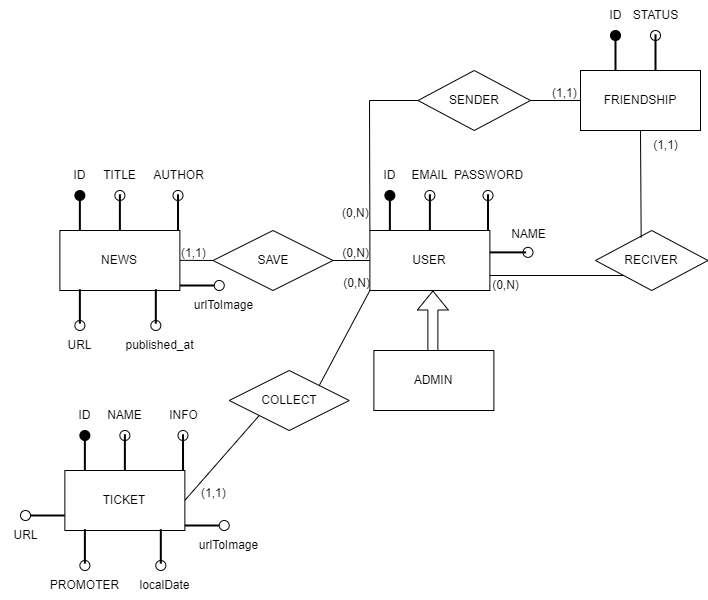
Earlier version of the draw.io export Documentation/ER.png (EFProject/ProjectL). Source tidied: cells renumbered, new cells last; positions are measured from the earlier drawing's top-left corner, leaving out a move shared by most shapes. The source it was exported from:
```xml
<mxGraphModel>
  <root>
    <mxCell id="0" />
    <mxCell id="1" parent="0" />
    <mxCell id="2" value="USER" style="rounded=0;whiteSpace=wrap;html=1;" parent="1" vertex="1">
      <mxGeometry x="369.4" y="230" width="120" height="60" as="geometry" />
    </mxCell>
    <mxCell id="3" style="shape=flexArrow;endArrow=classic;html=1;rounded=0;" parent="1" edge="1">
      <mxGeometry relative="1" as="geometry">
        <mxPoint x="432.4" y="360" as="sourcePoint" />
        <mxPoint x="432.4" y="290" as="targetPoint" />
      </mxGeometry>
    </mxCell>
    <mxCell id="4" value="ADMIN" style="rounded=0;whiteSpace=wrap;html=1;" parent="1" vertex="1">
      <mxGeometry x="373.4" y="350" width="120" height="60" as="geometry" />
    </mxCell>
    <mxCell id="5" style="line;strokeWidth=2;html=1;rotation=-90;" parent="1" vertex="1">
      <mxGeometry x="373.1" y="208.8" width="32.5" height="10" as="geometry" />
    </mxCell>
    <mxCell id="6" style="ellipse;whiteSpace=wrap;html=1;fillColor=#000000;" parent="1" vertex="1">
      <mxGeometry x="384.4" y="190" width="10" height="10" as="geometry" />
    </mxCell>
    <mxCell id="7" value="ID" style="text;html=1;align=center;verticalAlign=middle;strokeColor=none;fillColor=none;" parent="1" vertex="1">
      <mxGeometry x="369.4" y="160" width="40" height="30" as="geometry" />
    </mxCell>
    <mxCell id="8" style="line;strokeWidth=2;html=1;rotation=-90;" parent="1" vertex="1">
      <mxGeometry x="411.3" y="206.9" width="36.2" height="10" as="geometry" />
    </mxCell>
    <mxCell id="9" style="ellipse;whiteSpace=wrap;html=1;fillColor=none;strokeColor=#000000;" parent="1" vertex="1">
      <mxGeometry x="424.4" y="190" width="10" height="10" as="geometry" />
    </mxCell>
    <mxCell id="10" value="EMAIL" style="text;html=1;align=center;verticalAlign=middle;strokeColor=none;fillColor=none;" parent="1" vertex="1">
      <mxGeometry x="399.4" y="160" width="60" height="30" as="geometry" />
    </mxCell>
    <mxCell id="11" style="line;strokeWidth=2;html=1;rotation=-90;" parent="1" vertex="1">
      <mxGeometry x="469.4" y="206.9" width="36.2" height="10" as="geometry" />
    </mxCell>
    <mxCell id="12" style="ellipse;whiteSpace=wrap;html=1;fillColor=none;strokeColor=#000000;" parent="1" vertex="1">
      <mxGeometry x="482.5" y="190" width="10" height="10" as="geometry" />
    </mxCell>
    <mxCell id="13" value="PASSWORD" style="text;html=1;align=center;verticalAlign=middle;strokeColor=none;fillColor=none;" parent="1" vertex="1">
      <mxGeometry x="442.5" y="160" width="90" height="30" as="geometry" />
    </mxCell>
    <mxCell id="14" style="line;strokeWidth=2;html=1;rotation=0;" parent="1" vertex="1">
      <mxGeometry x="489.4" y="246.9" width="36.2" height="10" as="geometry" />
    </mxCell>
    <mxCell id="15" style="ellipse;whiteSpace=wrap;html=1;fillColor=none;strokeColor=#000000;" parent="1" vertex="1">
      <mxGeometry x="522.5" y="246.9" width="10" height="10" as="geometry" />
    </mxCell>
    <mxCell id="16" value="NAME" style="text;html=1;align=center;verticalAlign=middle;strokeColor=none;fillColor=none;" parent="1" vertex="1">
      <mxGeometry x="497.5" y="218.8" width="60" height="30" as="geometry" />
    </mxCell>
    <mxCell id="17" value="NEWS" style="rounded=0;whiteSpace=wrap;html=1;" parent="1" vertex="1">
      <mxGeometry x="59.4" y="230" width="120" height="60" as="geometry" />
    </mxCell>
    <mxCell id="18" style="line;strokeWidth=2;html=1;rotation=-90;" parent="1" vertex="1">
      <mxGeometry x="63.1" y="208.8" width="32.5" height="10" as="geometry" />
    </mxCell>
    <mxCell id="19" style="ellipse;whiteSpace=wrap;html=1;fillColor=#000000;" parent="1" vertex="1">
      <mxGeometry x="74.4" y="190" width="10" height="10" as="geometry" />
    </mxCell>
    <mxCell id="20" style="line;strokeWidth=2;html=1;rotation=-90;" parent="1" vertex="1">
      <mxGeometry x="101.3" y="206.9" width="36.2" height="10" as="geometry" />
    </mxCell>
    <mxCell id="21" style="ellipse;whiteSpace=wrap;html=1;fillColor=none;strokeColor=#000000;" parent="1" vertex="1">
      <mxGeometry x="114.4" y="190" width="10" height="10" as="geometry" />
    </mxCell>
    <mxCell id="22" style="line;strokeWidth=2;html=1;rotation=-90;" parent="1" vertex="1">
      <mxGeometry x="159.4" y="206.9" width="36.2" height="10" as="geometry" />
    </mxCell>
    <mxCell id="23" style="ellipse;whiteSpace=wrap;html=1;fillColor=none;strokeColor=#000000;" parent="1" vertex="1">
      <mxGeometry x="172.5" y="190" width="10" height="10" as="geometry" />
    </mxCell>
    <mxCell id="24" value="ID" style="text;html=1;align=center;verticalAlign=middle;strokeColor=none;fillColor=none;" parent="1" vertex="1">
      <mxGeometry x="59.4" y="160" width="40" height="30" as="geometry" />
    </mxCell>
    <mxCell id="25" value="TITLE" style="text;html=1;align=center;verticalAlign=middle;strokeColor=none;fillColor=none;" parent="1" vertex="1">
      <mxGeometry x="89.4" y="160" width="60" height="30" as="geometry" />
    </mxCell>
    <mxCell id="26" value="AUTHOR" style="text;html=1;align=center;verticalAlign=middle;strokeColor=none;fillColor=none;" parent="1" vertex="1">
      <mxGeometry x="142.5" y="160" width="70" height="30" as="geometry" />
    </mxCell>
    <mxCell id="27" style="line;strokeWidth=2;html=1;rotation=-90;direction=west;" parent="1" vertex="1">
      <mxGeometry x="62.2" y="300.9" width="34.4" height="10" as="geometry" />
    </mxCell>
    <mxCell id="28" style="ellipse;whiteSpace=wrap;html=1;fillColor=none;strokeColor=#000000;" parent="1" vertex="1">
      <mxGeometry x="74.4" y="320" width="10" height="10" as="geometry" />
    </mxCell>
    <mxCell id="29" style="ellipse;whiteSpace=wrap;html=1;fillColor=none;strokeColor=#000000;" parent="1" vertex="1">
      <mxGeometry x="150.3" y="320" width="10" height="10" as="geometry" />
    </mxCell>
    <mxCell id="30" style="line;strokeWidth=2;html=1;rotation=-90;direction=west;" parent="1" vertex="1">
      <mxGeometry x="138.1" y="300.9" width="34.4" height="10" as="geometry" />
    </mxCell>
    <mxCell id="31" style="line;strokeWidth=2;html=1;rotation=0;direction=west;" parent="1" vertex="1">
      <mxGeometry x="179.4" y="280" width="34.4" height="10" as="geometry" />
    </mxCell>
    <mxCell id="32" style="ellipse;whiteSpace=wrap;html=1;fillColor=none;strokeColor=#000000;" parent="1" vertex="1">
      <mxGeometry x="213.8" y="280" width="10" height="10" as="geometry" />
    </mxCell>
    <mxCell id="33" value="URL" style="text;html=1;align=center;verticalAlign=middle;strokeColor=none;fillColor=none;" parent="1" vertex="1">
      <mxGeometry x="54.4" y="330" width="50" height="30" as="geometry" />
    </mxCell>
    <mxCell id="34" value="urlToImage" style="text;html=1;align=center;verticalAlign=middle;strokeColor=none;fillColor=none;" parent="1" vertex="1">
      <mxGeometry x="182.5" y="290" width="80" height="30" as="geometry" />
    </mxCell>
    <mxCell id="35" value="published_at" style="text;html=1;align=center;verticalAlign=middle;strokeColor=none;fillColor=none;" parent="1" vertex="1">
      <mxGeometry x="114.4" y="330" width="90" height="30" as="geometry" />
    </mxCell>
    <mxCell id="36" value="SAVE" style="shape=rhombus;perimeter=rhombusPerimeter;whiteSpace=wrap;html=1;align=center;" parent="1" vertex="1">
      <mxGeometry x="212.5" y="230" width="120" height="60" as="geometry" />
    </mxCell>
    <mxCell id="37" style="endArrow=none;html=1;rounded=0;entryX=0;entryY=0.5;entryDx=0;entryDy=0;exitX=1;exitY=0.5;exitDx=0;exitDy=0;" parent="1" edge="1" source="36" target="2">
      <mxGeometry relative="1" as="geometry" />
    </mxCell>
    <mxCell id="38" style="html=1;whiteSpace=wrap;align=left;verticalAlign=bottom;" parent="37" vertex="1">
      <mxGeometry x="-1" relative="1" as="geometry" />
    </mxCell>
    <mxCell id="39" value="(0,N)" style="html=1;whiteSpace=wrap;align=right;verticalAlign=bottom;" parent="37" vertex="1">
      <mxGeometry x="1" relative="1" as="geometry" />
    </mxCell>
    <mxCell id="40" style="endArrow=none;html=1;rounded=0;entryX=0;entryY=0.5;entryDx=0;entryDy=0;exitX=1;exitY=0.5;exitDx=0;exitDy=0;" parent="1" edge="1" target="36">
      <mxGeometry relative="1" as="geometry">
        <mxPoint x="179.4" y="259.8" as="sourcePoint" />
      </mxGeometry>
    </mxCell>
    <mxCell id="41" value="(1,1)" style="html=1;whiteSpace=wrap;align=left;verticalAlign=bottom;" parent="40" vertex="1">
      <mxGeometry x="-1" relative="1" as="geometry" />
    </mxCell>
    <mxCell id="42" value="TICKET" style="rounded=0;whiteSpace=wrap;html=1;" parent="1" vertex="1">
      <mxGeometry x="64.4" y="470" width="120" height="60" as="geometry" />
    </mxCell>
    <mxCell id="43" style="line;strokeWidth=2;html=1;rotation=-90;" parent="1" vertex="1">
      <mxGeometry x="68.1" y="448.8" width="32.5" height="10" as="geometry" />
    </mxCell>
    <mxCell id="44" style="ellipse;whiteSpace=wrap;html=1;fillColor=#000000;" parent="1" vertex="1">
      <mxGeometry x="79.4" y="430" width="10" height="10" as="geometry" />
    </mxCell>
    <mxCell id="45" style="line;strokeWidth=2;html=1;rotation=-90;" parent="1" vertex="1">
      <mxGeometry x="106.2" y="446.9" width="36.2" height="10" as="geometry" />
    </mxCell>
    <mxCell id="46" style="ellipse;whiteSpace=wrap;html=1;fillColor=none;strokeColor=#000000;" parent="1" vertex="1">
      <mxGeometry x="119.4" y="430" width="10" height="10" as="geometry" />
    </mxCell>
    <mxCell id="47" style="line;strokeWidth=2;html=1;rotation=-90;" parent="1" vertex="1">
      <mxGeometry x="164.4" y="446.9" width="36.2" height="10" as="geometry" />
    </mxCell>
    <mxCell id="48" style="ellipse;whiteSpace=wrap;html=1;fillColor=none;strokeColor=#000000;" parent="1" vertex="1">
      <mxGeometry x="177.5" y="430" width="10" height="10" as="geometry" />
    </mxCell>
    <mxCell id="49" value="ID" style="text;html=1;align=center;verticalAlign=middle;strokeColor=none;fillColor=none;" parent="1" vertex="1">
      <mxGeometry x="64.4" y="400" width="40" height="30" as="geometry" />
    </mxCell>
    <mxCell id="50" value="NAME" style="text;html=1;align=center;verticalAlign=middle;strokeColor=none;fillColor=none;" parent="1" vertex="1">
      <mxGeometry x="94.4" y="400" width="60" height="30" as="geometry" />
    </mxCell>
    <mxCell id="51" value="INFO" style="text;html=1;align=center;verticalAlign=middle;strokeColor=none;fillColor=none;" parent="1" vertex="1">
      <mxGeometry x="157.5" y="400" width="50" height="30" as="geometry" />
    </mxCell>
    <mxCell id="52" style="line;strokeWidth=2;html=1;rotation=-90;direction=west;" parent="1" vertex="1">
      <mxGeometry x="67.2" y="540.9" width="34.4" height="10" as="geometry" />
    </mxCell>
    <mxCell id="53" style="ellipse;whiteSpace=wrap;html=1;fillColor=none;strokeColor=#000000;" parent="1" vertex="1">
      <mxGeometry x="79.4" y="560" width="10" height="10" as="geometry" />
    </mxCell>
    <mxCell id="54" style="ellipse;whiteSpace=wrap;html=1;fillColor=none;strokeColor=#000000;" parent="1" vertex="1">
      <mxGeometry x="155.3" y="560" width="10" height="10" as="geometry" />
    </mxCell>
    <mxCell id="55" style="line;strokeWidth=2;html=1;rotation=-90;direction=west;" parent="1" vertex="1">
      <mxGeometry x="143.1" y="540.9" width="34.4" height="10" as="geometry" />
    </mxCell>
    <mxCell id="56" style="line;strokeWidth=2;html=1;rotation=0;direction=west;" parent="1" vertex="1">
      <mxGeometry x="184.4" y="520" width="34.4" height="10" as="geometry" />
    </mxCell>
    <mxCell id="57" style="ellipse;whiteSpace=wrap;html=1;fillColor=none;strokeColor=#000000;" parent="1" vertex="1">
      <mxGeometry x="218.7" y="520" width="10" height="10" as="geometry" />
    </mxCell>
    <mxCell id="58" value="PROMOTER" style="text;html=1;align=center;verticalAlign=middle;strokeColor=none;fillColor=none;" parent="1" vertex="1">
      <mxGeometry x="39.4" y="570" width="90" height="30" as="geometry" />
    </mxCell>
    <mxCell id="59" value="urlToImage" style="text;html=1;align=center;verticalAlign=middle;strokeColor=none;fillColor=none;" parent="1" vertex="1">
      <mxGeometry x="187.5" y="530" width="80" height="30" as="geometry" />
    </mxCell>
    <mxCell id="60" value="localDate" style="text;html=1;align=center;verticalAlign=middle;strokeColor=none;fillColor=none;" parent="1" vertex="1">
      <mxGeometry x="129.4" y="570" width="70" height="30" as="geometry" />
    </mxCell>
    <mxCell id="61" value="COLLECT" style="shape=rhombus;perimeter=rhombusPerimeter;whiteSpace=wrap;html=1;align=center;" parent="1" vertex="1">
      <mxGeometry x="228.7" y="370" width="120" height="60" as="geometry" />
    </mxCell>
    <mxCell id="62" style="endArrow=none;html=1;rounded=0;entryX=0;entryY=1;entryDx=0;entryDy=0;exitX=1;exitY=0;exitDx=0;exitDy=0;" parent="1" edge="1" source="61" target="2">
      <mxGeometry relative="1" as="geometry" />
    </mxCell>
    <mxCell id="63" style="html=1;whiteSpace=wrap;align=left;verticalAlign=bottom;" parent="62" vertex="1">
      <mxGeometry x="-1" relative="1" as="geometry" />
    </mxCell>
    <mxCell id="64" value="(0,N)" style="html=1;whiteSpace=wrap;align=right;verticalAlign=bottom;" parent="62" vertex="1">
      <mxGeometry x="1" relative="1" as="geometry" />
    </mxCell>
    <mxCell id="65" style="endArrow=none;html=1;rounded=0;entryX=0;entryY=1;entryDx=0;entryDy=0;exitX=1;exitY=0.5;exitDx=0;exitDy=0;" parent="1" edge="1" target="61">
      <mxGeometry relative="1" as="geometry">
        <mxPoint x="184.4" y="499.8" as="sourcePoint" />
      </mxGeometry>
    </mxCell>
    <mxCell id="66" value="(1,1)" style="html=1;whiteSpace=wrap;align=left;verticalAlign=bottom;" parent="65" vertex="1">
      <mxGeometry x="-1" relative="1" as="geometry">
        <mxPoint x="15" as="offset" />
      </mxGeometry>
    </mxCell>
    <mxCell id="67" style="ellipse;whiteSpace=wrap;html=1;fillColor=none;strokeColor=#000000;" parent="1" vertex="1">
      <mxGeometry x="20" y="510" width="10" height="10" as="geometry" />
    </mxCell>
    <mxCell id="68" style="line;strokeWidth=2;html=1;rotation=0;direction=west;" parent="1" vertex="1">
      <mxGeometry x="30" y="510" width="34.4" height="10" as="geometry" />
    </mxCell>
    <mxCell id="69" value="URL" style="text;html=1;align=center;verticalAlign=middle;strokeColor=none;fillColor=none;" parent="1" vertex="1">
      <mxGeometry y="520" width="50" height="30" as="geometry" />
    </mxCell>
    <mxCell id="70" value="SENDER" style="shape=rhombus;perimeter=rhombusPerimeter;whiteSpace=wrap;html=1;align=center;" parent="1" vertex="1">
      <mxGeometry x="417.5" y="70" width="112.5" height="60" as="geometry" />
    </mxCell>
    <mxCell id="71" value="FRIENDSHIP" style="rounded=0;whiteSpace=wrap;html=1;" parent="1" vertex="1">
      <mxGeometry x="580" y="70" width="120" height="60" as="geometry" />
    </mxCell>
    <mxCell id="72" value="RECIVER" style="shape=rhombus;perimeter=rhombusPerimeter;whiteSpace=wrap;html=1;align=center;" parent="1" vertex="1">
      <mxGeometry x="595" y="230" width="112.5" height="60" as="geometry" />
    </mxCell>
    <mxCell id="73" style="line;strokeWidth=2;html=1;rotation=-90;" parent="1" vertex="1">
      <mxGeometry x="598.8" y="48.8" width="32.5" height="10" as="geometry" />
    </mxCell>
    <mxCell id="74" style="ellipse;whiteSpace=wrap;html=1;fillColor=#000000;" parent="1" vertex="1">
      <mxGeometry x="610" y="30" width="10" height="10" as="geometry" />
    </mxCell>
    <mxCell id="75" value="ID" style="text;html=1;align=center;verticalAlign=middle;strokeColor=none;fillColor=none;" parent="1" vertex="1">
      <mxGeometry x="595" width="40" height="30" as="geometry" />
    </mxCell>
    <mxCell id="76" style="line;strokeWidth=2;html=1;rotation=-90;" parent="1" vertex="1">
      <mxGeometry x="636.9" y="46.9" width="36.2" height="10" as="geometry" />
    </mxCell>
    <mxCell id="77" style="ellipse;whiteSpace=wrap;html=1;fillColor=none;strokeColor=#000000;" parent="1" vertex="1">
      <mxGeometry x="650" y="30" width="10" height="10" as="geometry" />
    </mxCell>
    <mxCell id="78" value="STATUS" style="text;html=1;align=center;verticalAlign=middle;strokeColor=none;fillColor=none;" parent="1" vertex="1">
      <mxGeometry x="620" width="70" height="30" as="geometry" />
    </mxCell>
    <mxCell id="79" style="endArrow=none;html=1;rounded=0;entryX=0;entryY=0;entryDx=0;entryDy=0;exitX=0;exitY=0.5;exitDx=0;exitDy=0;" parent="1" edge="1" source="70" target="2">
      <mxGeometry relative="1" as="geometry">
        <Array as="points">
          <mxPoint x="369" y="100" />
        </Array>
      </mxGeometry>
    </mxCell>
    <mxCell id="80" value="(1,1)" style="html=1;whiteSpace=wrap;align=left;verticalAlign=bottom;" parent="79" vertex="1">
      <mxGeometry x="-1" relative="1" as="geometry">
        <mxPoint x="132" as="offset" />
      </mxGeometry>
    </mxCell>
    <mxCell id="81" style="endArrow=none;html=1;rounded=0;entryX=0;entryY=0.5;entryDx=0;entryDy=0;exitX=1;exitY=0.5;exitDx=0;exitDy=0;" parent="1" edge="1" source="70" target="71">
      <mxGeometry relative="1" as="geometry" />
    </mxCell>
    <mxCell id="82" style="html=1;whiteSpace=wrap;align=left;verticalAlign=bottom;" parent="81" vertex="1">
      <mxGeometry x="-1" relative="1" as="geometry" />
    </mxCell>
    <mxCell id="83" value="(0,N)" style="html=1;whiteSpace=wrap;align=left;verticalAlign=bottom;direction=south;" parent="1" vertex="1">
      <mxGeometry x="340" y="220" as="geometry" />
    </mxCell>
    <mxCell id="84" style="endArrow=none;html=1;rounded=0;entryX=0.406;entryY=0.121;entryDx=0;entryDy=0;exitX=0.5;exitY=1;exitDx=0;exitDy=0;entryPerimeter=0;" parent="1" edge="1" source="71" target="72">
      <mxGeometry relative="1" as="geometry" />
    </mxCell>
    <mxCell id="85" style="html=1;whiteSpace=wrap;align=left;verticalAlign=bottom;" parent="84" vertex="1">
      <mxGeometry x="-1" relative="1" as="geometry" />
    </mxCell>
    <mxCell id="86" style="endArrow=none;html=1;rounded=0;entryX=0;entryY=1;entryDx=0;entryDy=0;exitX=1;exitY=0.75;exitDx=0;exitDy=0;" parent="1" edge="1" source="2" target="72">
      <mxGeometry relative="1" as="geometry" />
    </mxCell>
    <mxCell id="87" style="html=1;whiteSpace=wrap;align=left;verticalAlign=bottom;" parent="86" vertex="1">
      <mxGeometry x="-1" relative="1" as="geometry" />
    </mxCell>
    <mxCell id="88" value="(0,N)" style="text;html=1;align=center;verticalAlign=middle;strokeColor=none;fillColor=none;" parent="1" vertex="1">
      <mxGeometry x="480" y="270" width="50" height="30" as="geometry" />
    </mxCell>
    <mxCell id="89" value="(1,1)" style="text;html=1;align=center;verticalAlign=middle;strokeColor=none;fillColor=none;" parent="1" vertex="1">
      <mxGeometry x="640" y="130" width="50" height="30" as="geometry" />
    </mxCell>
  </root>
</mxGraphModel>
```
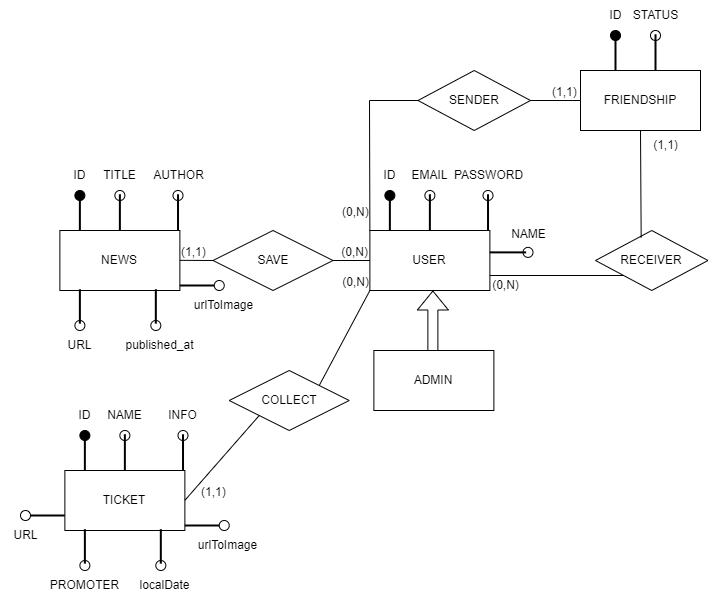
The same diagram one commit later.

Change to the diagram source:
```diff
@@ -221,7 +221,7 @@
     <mxCell id="71" value="FRIENDSHIP" style="rounded=0;whiteSpace=wrap;html=1;" parent="1" vertex="1">
       <mxGeometry x="580" y="70" width="120" height="60" as="geometry" />
     </mxCell>
-    <mxCell id="72" value="RECIVER" style="shape=rhombus;perimeter=rhombusPerimeter;whiteSpace=wrap;html=1;align=center;" parent="1" vertex="1">
+    <mxCell id="72" value="RECEIVER" style="shape=rhombus;perimeter=rhombusPerimeter;whiteSpace=wrap;html=1;align=center;" parent="1" vertex="1">
       <mxGeometry x="595" y="230" width="112.5" height="60" as="geometry" />
     </mxCell>
     <mxCell id="73" style="line;strokeWidth=2;html=1;rotation=-90;" parent="1" vertex="1">
```
